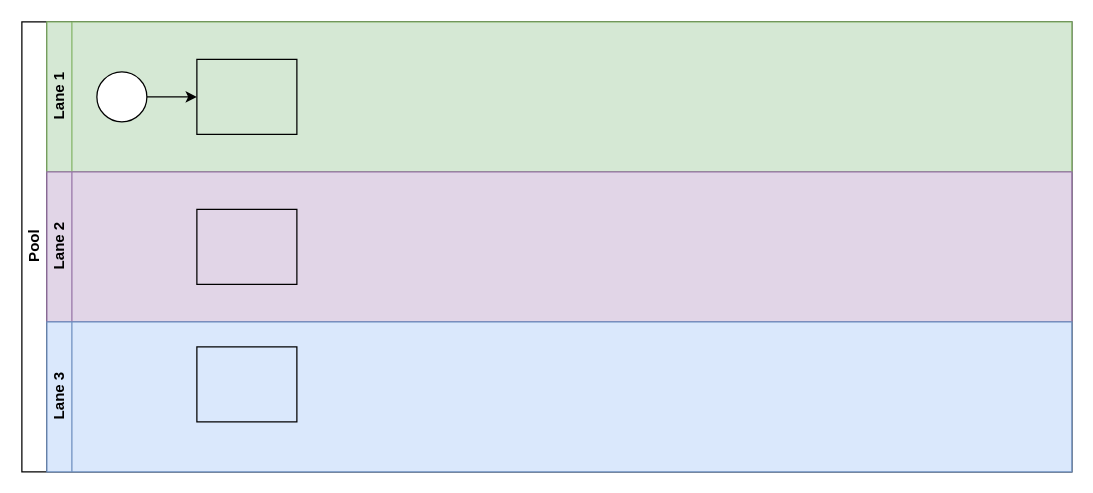
This is Untitled Diagram.drawio from rockstar6789/draw.io.ctto.emcee, a draw.io file, before an edit. Source tidied: cells renumbered, new cells numbered last; positions are measured from the earlier drawing's top-left corner, leaving out a move shared by most shapes. Both pictures are drawn from the tidied source at 125%, with x=0, y=0 at pixel (21, 21).
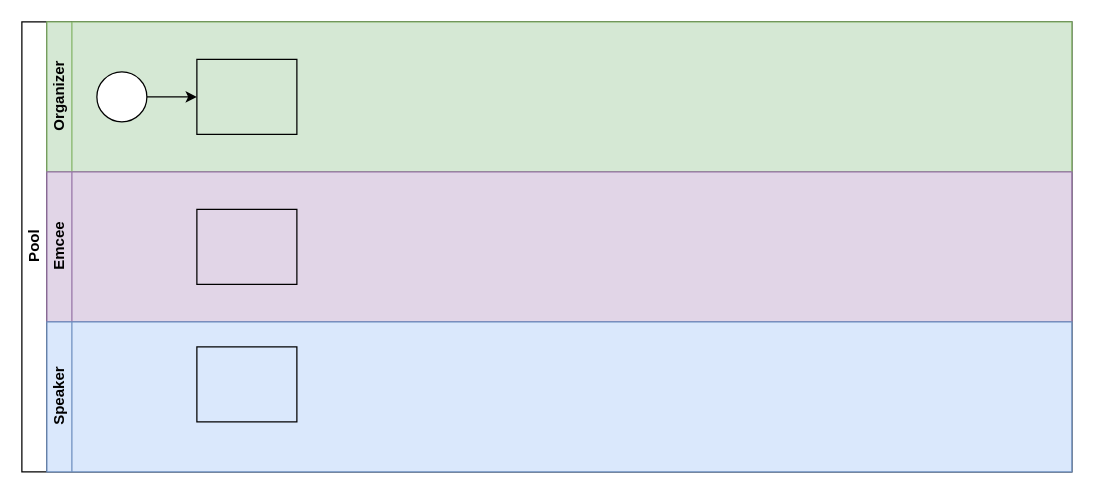
The same page after the edit.

Diff of the diagram source:
```diff
@@
 <mxGraphModel>
   <root>
     <mxCell id="0" />
     <mxCell id="1" parent="0" />
     <mxCell id="2" value="Pool" style="swimlane;html=1;horizontal=0;startSize=20;" parent="1" vertex="1">
       <mxGeometry width="840" height="360" as="geometry" />
     </mxCell>
     <mxCell id="3" style="edgeStyle=orthogonalEdgeStyle;rounded=0;jettySize=auto;html=1;dashed=1;endArrow=none;endFill=0;" parent="2" edge="1" source="10" target="12">
       <mxGeometry relative="1" as="geometry" />
     </mxCell>
     <mxCell id="4" style="edgeStyle=orthogonalEdgeStyle;rounded=0;orthogonalLoop=1;jettySize=auto;html=1;endArrow=classic;endFill=1;" parent="2" edge="1">
       <mxGeometry relative="1" as="geometry">
         <mxPoint x="320" y="180" as="sourcePoint" />
         <mxPoint x="540" y="90" as="targetPoint" />
       </mxGeometry>
     </mxCell>
     <mxCell id="5" style="edgeStyle=orthogonalEdgeStyle;rounded=0;jettySize=auto;html=1;endArrow=classic;endFill=1;" parent="2" edge="1" target="14">
       <mxGeometry relative="1" as="geometry">
         <mxPoint x="300" y="200" as="sourcePoint" />
       </mxGeometry>
     </mxCell>
     <mxCell id="6" style="edgeStyle=orthogonalEdgeStyle;rounded=0;jettySize=auto;html=1;endArrow=classic;endFill=1;" parent="2" edge="1" source="12">
       <mxGeometry relative="1" as="geometry">
         <mxPoint x="400" y="310" as="targetPoint" />
         <Array as="points">
           <mxPoint x="180" y="340" />
           <mxPoint x="400" y="340" />
         </Array>
       </mxGeometry>
     </mxCell>
-    <mxCell id="7" value="Lane 1" style="swimlane;html=1;startSize=20;horizontal=0;fillColor=#d5e8d4;strokeColor=#82b366;swimlaneFillColor=#D5E8D4;" parent="2" vertex="1">
+    <mxCell id="7" value="Organizer" style="swimlane;html=1;startSize=20;horizontal=0;fillColor=#d5e8d4;strokeColor=#82b366;swimlaneFillColor=#D5E8D4;" parent="2" vertex="1">
       <mxGeometry x="20" width="820" height="120" as="geometry" />
     </mxCell>
     <mxCell id="8" style="edgeStyle=orthogonalEdgeStyle;rounded=0;jettySize=auto;html=1;" parent="7" edge="1" source="9" target="10">
       <mxGeometry relative="1" as="geometry" />
     </mxCell>
     <mxCell id="9" style="ellipse;whiteSpace=wrap;html=1;" parent="7" vertex="1">
       <mxGeometry x="40" y="40" width="40" height="40" as="geometry" />
     </mxCell>
     <mxCell id="10" style="rounded=0;whiteSpace=wrap;html=1;fontFamily=Helvetica;fontSize=12;align=center;fillColor=#d5e8d4;strokeColor=#000000;" parent="7" vertex="1">
       <mxGeometry x="120" y="30" width="80" height="60" as="geometry" />
     </mxCell>
-    <mxCell id="11" value="Lane 2" style="swimlane;html=1;startSize=20;horizontal=0;fillColor=#e1d5e7;strokeColor=#9673a6;swimlaneFillColor=#E1D5E7;" parent="2" vertex="1">
+    <mxCell id="11" value="Emcee" style="swimlane;html=1;startSize=20;horizontal=0;fillColor=#e1d5e7;strokeColor=#9673a6;swimlaneFillColor=#E1D5E7;" parent="2" vertex="1">
       <mxGeometry x="20" y="120" width="820" height="120" as="geometry" />
     </mxCell>
     <mxCell id="12" style="rounded=0;whiteSpace=wrap;html=1;fontFamily=Helvetica;fontSize=12;fontColor=#000000;align=center;fillColor=#E1D5E7;" parent="11" vertex="1">
       <mxGeometry x="120" y="30" width="80" height="60" as="geometry" />
     </mxCell>
-    <mxCell id="13" value="Lane 3" style="swimlane;html=1;startSize=20;horizontal=0;fillColor=#dae8fc;strokeColor=#6c8ebf;swimlaneFillColor=#DAE8FC;" parent="2" vertex="1">
+    <mxCell id="13" value="Speaker" style="swimlane;html=1;startSize=20;horizontal=0;fillColor=#dae8fc;strokeColor=#6c8ebf;swimlaneFillColor=#DAE8FC;" parent="2" vertex="1">
       <mxGeometry x="20" y="240" width="820" height="120" as="geometry" />
     </mxCell>
     <mxCell id="14" style="rounded=0;whiteSpace=wrap;html=1;fontFamily=Helvetica;fontSize=12;fontColor=#000000;align=center;fillColor=#DAE8FC;" parent="13" vertex="1">
       <mxGeometry x="120" y="20" width="80" height="60" as="geometry" />
     </mxCell>
   </root>
 </mxGraphModel>
```
